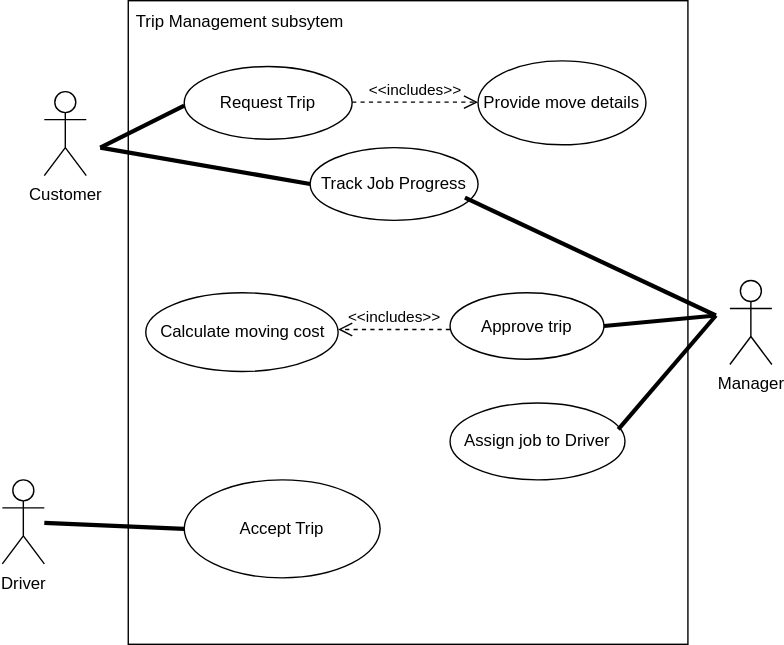
The draw.io diagram draft1.drawio.svg in KarenM-tech/diagrams, before a commit. Source tidied: cells renumbered, new cells last; positions are measured from the earlier drawing's top-left corner, leaving out a move shared by most shapes.
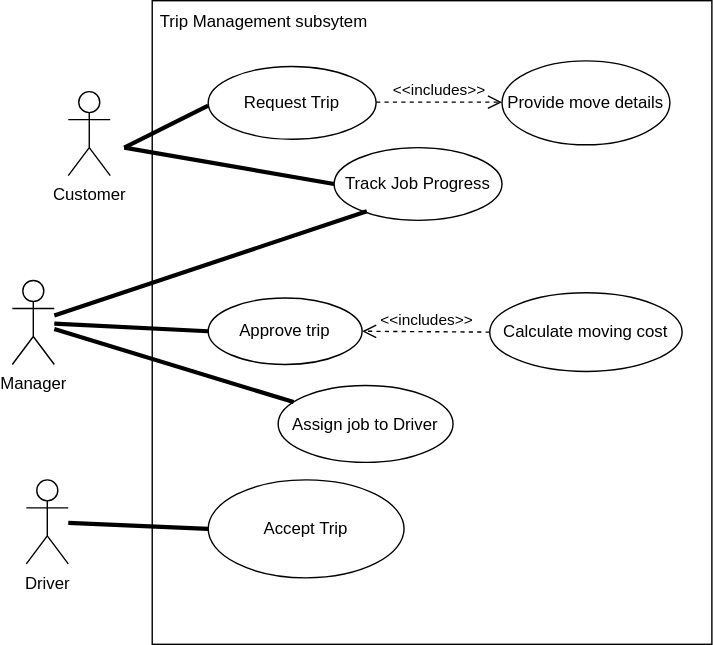
After the commit.

Commit message:
I moved the Manager Actor to the left of the Trip Management Sub-System

Diff of the diagram source:
```diff
@@ -12,7 +12,7 @@
       <mxGeometry y="342.5" width="30" height="60" as="geometry" />
     </mxCell>
     <mxCell id="5" value="Manager" style="shape=umlActor;verticalLabelPosition=bottom;verticalAlign=top;html=1;" parent="1" vertex="1">
-      <mxGeometry x="520" y="200" width="30" height="60" as="geometry" />
+      <mxGeometry x="-10" y="200" width="30" height="60" as="geometry" />
     </mxCell>
     <mxCell id="6" value="Customer" style="shape=umlActor;verticalLabelPosition=bottom;verticalAlign=top;html=1;" parent="1" vertex="1">
       <mxGeometry x="30" y="65" width="30" height="60" as="geometry" />
@@ -24,7 +24,7 @@
       <mxGeometry x="130" y="47" width="120" height="52" as="geometry" />
     </mxCell>
     <mxCell id="9" value="Approve trip" style="ellipse;whiteSpace=wrap;html=1;" parent="1" vertex="1">
-      <mxGeometry x="320" y="208.8" width="110" height="47.5" as="geometry" />
+      <mxGeometry x="130" y="212.5" width="110" height="47.5" as="geometry" />
     </mxCell>
     <mxCell id="10" value="Provide move details " style="ellipse;whiteSpace=wrap;html=1;" parent="1" vertex="1">
       <mxGeometry x="340" y="43" width="120" height="60" as="geometry" />
@@ -45,10 +45,10 @@
       </mxGeometry>
     </mxCell>
     <mxCell id="13" value="Calculate moving cost" style="ellipse;whiteSpace=wrap;html=1;" parent="1" vertex="1">
-      <mxGeometry x="102.5" y="208.8" width="137.5" height="56.2" as="geometry" />
+      <mxGeometry x="331.2" y="208.8" width="137.5" height="56.2" as="geometry" />
     </mxCell>
     <mxCell id="14" value="Assign job to Driver" style="ellipse;whiteSpace=wrap;html=1;" parent="1" vertex="1">
-      <mxGeometry x="320" y="287.5" width="125" height="55" as="geometry" />
+      <mxGeometry x="180" y="275" width="125" height="55" as="geometry" />
     </mxCell>
     <mxCell id="15" style="endArrow=none;startArrow=none;endFill=0;startFill=0;endSize=8;html=1;verticalAlign=bottom;labelBackgroundColor=none;strokeWidth=3;rounded=0;entryX=0;entryY=0.5;entryDx=0;entryDy=0;" parent="1" edge="1" target="16">
       <mxGeometry relative="1" as="geometry">
@@ -58,26 +58,17 @@
     <mxCell id="16" value="Track Job Progress" style="ellipse;whiteSpace=wrap;html=1;" parent="1" vertex="1">
       <mxGeometry x="220" y="105" width="120" height="52" as="geometry" />
     </mxCell>
-    <mxCell id="17" style="endArrow=none;startArrow=none;endFill=0;startFill=0;endSize=8;html=1;verticalAlign=bottom;labelBackgroundColor=none;strokeWidth=3;rounded=0;exitX=0.922;exitY=0.688;exitDx=0;exitDy=0;exitPerimeter=0;" parent="1" edge="1" source="16">
-      <mxGeometry relative="1" as="geometry">
-        <mxPoint x="510" y="225" as="targetPoint" />
-      </mxGeometry>
+    <mxCell id="17" style="endArrow=none;startArrow=none;endFill=0;startFill=0;endSize=8;html=1;verticalAlign=bottom;labelBackgroundColor=none;strokeWidth=3;rounded=0;exitX=0.195;exitY=0.875;exitDx=0;exitDy=0;exitPerimeter=0;" parent="1" edge="1" source="16" target="5">
+      <mxGeometry relative="1" as="geometry" />
     </mxCell>
-    <mxCell id="18" value="&amp;lt;&amp;lt;includes&amp;gt;&amp;gt;" style="endArrow=open;startArrow=none;endFill=0;startFill=0;endSize=8;html=1;verticalAlign=bottom;dashed=1;labelBackgroundColor=none;rounded=0;" parent="1" edge="1">
-      <mxGeometry relative="1" as="geometry">
-        <mxPoint x="320" y="235" as="sourcePoint" />
-        <mxPoint x="240" y="235" as="targetPoint" />
-      </mxGeometry>
+    <mxCell id="18" value="&amp;lt;&amp;lt;includes&amp;gt;&amp;gt;" style="endArrow=open;startArrow=none;endFill=0;startFill=0;endSize=8;html=1;verticalAlign=bottom;dashed=1;labelBackgroundColor=none;rounded=0;exitX=0;exitY=0.5;exitDx=0;exitDy=0;entryX=1;entryY=0.5;entryDx=0;entryDy=0;" parent="1" edge="1" source="13" target="9">
+      <mxGeometry relative="1" as="geometry" />
     </mxCell>
-    <mxCell id="19" style="endArrow=none;startArrow=none;endFill=0;startFill=0;endSize=8;html=1;verticalAlign=bottom;labelBackgroundColor=none;strokeWidth=3;rounded=0;exitX=0.962;exitY=0.344;exitDx=0;exitDy=0;exitPerimeter=0;" parent="1" edge="1" source="14">
-      <mxGeometry relative="1" as="geometry">
-        <mxPoint x="510" y="225" as="targetPoint" />
-      </mxGeometry>
+    <mxCell id="19" style="endArrow=none;startArrow=none;endFill=0;startFill=0;endSize=8;html=1;verticalAlign=bottom;labelBackgroundColor=none;strokeWidth=3;rounded=0;" parent="1" edge="1" source="14" target="5">
+      <mxGeometry relative="1" as="geometry" />
     </mxCell>
-    <mxCell id="20" style="endArrow=none;startArrow=none;endFill=0;startFill=0;endSize=8;html=1;verticalAlign=bottom;labelBackgroundColor=none;strokeWidth=3;rounded=0;exitX=1;exitY=0.5;exitDx=0;exitDy=0;" parent="1" edge="1" source="9">
-      <mxGeometry relative="1" as="geometry">
-        <mxPoint x="510" y="225" as="targetPoint" />
-      </mxGeometry>
+    <mxCell id="20" style="endArrow=none;startArrow=none;endFill=0;startFill=0;endSize=8;html=1;verticalAlign=bottom;labelBackgroundColor=none;strokeWidth=3;rounded=0;exitX=0;exitY=0.5;exitDx=0;exitDy=0;" parent="1" edge="1" source="9" target="5">
+      <mxGeometry relative="1" as="geometry" />
     </mxCell>
     <mxCell id="21" style="endArrow=none;startArrow=none;endFill=0;startFill=0;endSize=8;html=1;verticalAlign=bottom;labelBackgroundColor=none;strokeWidth=3;rounded=0;entryX=0;entryY=0.5;entryDx=0;entryDy=0;" parent="1" edge="1" source="4" target="7">
       <mxGeometry relative="1" as="geometry" />
```
